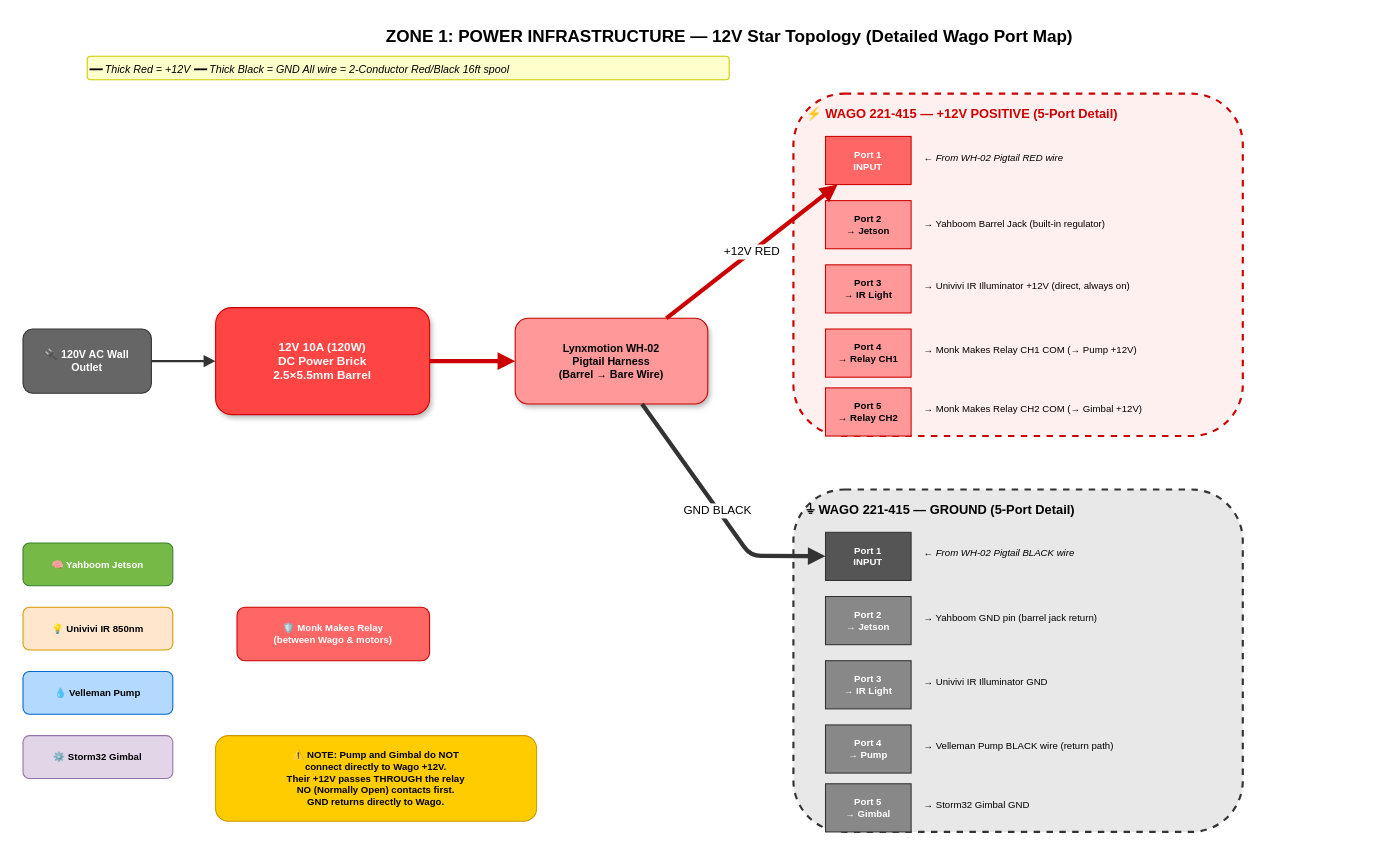
The draw.io diagram diagrams/zone1_power.drawio in main-salman/dropMosquitoes, before the edit. Source tidied: cells renumbered, new cells numbered last; positions are measured from the earlier drawing's top-left corner, leaving out a move shared by most shapes. Both pictures are drawn from the tidied source at 107%, with x=0, y=0 at pixel (22, 18).
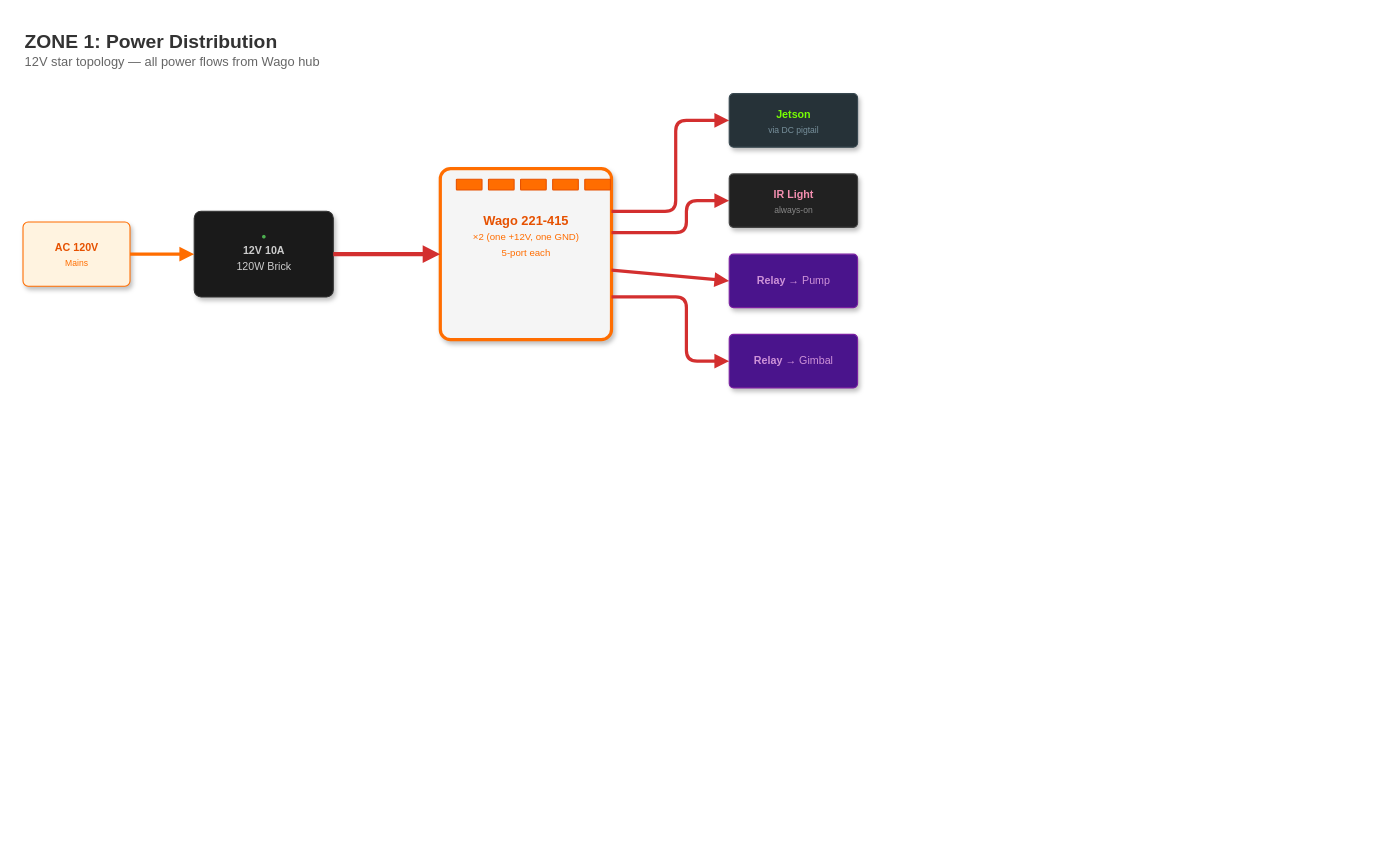
The same page after the edit.

Commit message (it also covers changes not shown here):
Realistic diagrams batch 3: wire_12, zone1/2/3, arch_11, assembly 1/2/3, gimbal_payload

The edit, as a diff of the source:
```diff
@@
-<mxGraphModel>
+<mxGraphModel background="#FFFFFF">
@@
-    <mxCell id="2" value="ZONE 1: POWER INFRASTRUCTURE — 12V Star Topology (Detailed Wago Port Map)" style="text;html=1;fontSize=16;fontStyle=1;align=center;" parent="1" vertex="1">
-      <mxGeometry x="60" width="1200" height="30" as="geometry" />
-    </mxCell>
-    <mxCell id="3" value="━━ Thick Red = +12V   ━━ Thick Black = GND   All wire = 2-Conductor Red/Black 16ft spool" style="text;html=1;fontSize=10;fontStyle=2;fillColor=#FFFFCC;strokeColor=#CC0;rounded=1;" parent="1" vertex="1">
-      <mxGeometry x="60" y="35" width="600" height="22" as="geometry" />
-    </mxCell>
+    <mxCell id="41" value="&lt;b style='font-size:18px'&gt;ZONE 1: Power Distribution&lt;/b&gt;&lt;br&gt;&lt;span style='color:#666'&gt;12V star topology — all power flows from Wago hub&lt;/span&gt;" style="text;html=1;fontColor=#333;align=left;" parent="1" vertex="1">
+      <mxGeometry y="5" width="500" height="45" as="geometry" />
+    </mxCell>
-    <mxCell id="4" value="🔌 120V AC Wall&#10;Outlet" style="rounded=1;fillColor=#666;strokeColor=#333;fontStyle=1;fontSize=10;fontColor=#FFF;" parent="1" vertex="1">
-      <mxGeometry y="290" width="120" height="60" as="geometry" />
+    <mxCell id="4" style="rounded=1;fillColor=#FFF3E0;strokeColor=#FF6D00;shadow=1;arcSize=8;" parent="1" vertex="1">
+      <mxGeometry y="190" width="100" height="60" as="geometry" />
     </mxCell>
+    <mxCell id="42" value="&lt;b style='font-size:10px;color:#E65100'&gt;AC 120V&lt;/b&gt;&lt;br&gt;&lt;span style='font-size:8px;color:#FF6D00'&gt;Mains&lt;/span&gt;" style="text;html=1;align=center;" parent="1" vertex="1">
+      <mxGeometry x="10" y="200" width="80" height="28" as="geometry" />
+    </mxCell>
-    <mxCell id="5" value="12V 10A (120W)&#10;DC Power Brick&#10;2.5×5.5mm Barrel" style="rounded=1;fillColor=#FF4444;strokeColor=#CC0000;fontStyle=1;fontSize=11;fontColor=#FFF;shadow=1;" parent="1" vertex="1">
-      <mxGeometry x="180" y="270" width="200" height="100" as="geometry" />
+    <mxCell id="5" style="rounded=1;fillColor=#1a1a1a;strokeColor=#333;shadow=1;arcSize=8;" parent="1" vertex="1">
+      <mxGeometry x="160" y="180" width="130" height="80" as="geometry" />
     </mxCell>
-    <mxCell id="6" style="strokeColor=#333;strokeWidth=2;endArrow=block;" parent="1" edge="1" source="4" target="5">
-      <mxGeometry relative="1" as="geometry" />
-    </mxCell>
-    <mxCell id="7" value="Lynxmotion WH-02&#10;Pigtail Harness&#10;(Barrel → Bare Wire)" style="rounded=1;fillColor=#FF9999;strokeColor=#CC0000;fontStyle=1;fontSize=10;shadow=1;" parent="1" vertex="1">
-      <mxGeometry x="460" y="280" width="180" height="80" as="geometry" />
-    </mxCell>
-    <mxCell id="8" style="strokeColor=#CC0000;strokeWidth=4;endArrow=block;" parent="1" edge="1" source="5" target="7">
-      <mxGeometry relative="1" as="geometry" />
-    </mxCell>
-    <mxCell id="9" style="rounded=1;fillColor=#FFF0F0;strokeColor=#CC0000;strokeWidth=2;dashed=1;" parent="1" vertex="1">
-      <mxGeometry x="720" y="70" width="420" height="320" as="geometry" />
-    </mxCell>
-    <mxCell id="10" value="⚡ WAGO 221-415 — +12V POSITIVE (5-Port Detail)" style="text;html=1;fontSize=12;fontStyle=1;fillColor=none;strokeColor=none;fontColor=#CC0000;" parent="1" vertex="1">
-      <mxGeometry x="730" y="75" width="400" height="20" as="geometry" />
-    </mxCell>
-    <mxCell id="11" value="Port 1&#10;INPUT" style="rounded=0;fillColor=#FF6666;strokeColor=#CC0000;fontStyle=1;fontSize=9;fontColor=#FFF;" parent="1" vertex="1">
-      <mxGeometry x="750" y="110" width="80" height="45" as="geometry" />
-    </mxCell>
-    <mxCell id="12" value="Port 2&#10;→ Jetson" style="rounded=0;fillColor=#FF9999;strokeColor=#CC0000;fontStyle=1;fontSize=9;" parent="1" vertex="1">
-      <mxGeometry x="750" y="170" width="80" height="45" as="geometry" />
-    </mxCell>
-    <mxCell id="13" value="Port 3&#10;→ IR Light" style="rounded=0;fillColor=#FF9999;strokeColor=#CC0000;fontStyle=1;fontSize=9;" parent="1" vertex="1">
-      <mxGeometry x="750" y="230" width="80" height="45" as="geometry" />
-    </mxCell>
-    <mxCell id="14" value="Port 4&#10;→ Relay CH1" style="rounded=0;fillColor=#FF9999;strokeColor=#CC0000;fontStyle=1;fontSize=9;" parent="1" vertex="1">
-      <mxGeometry x="750" y="290" width="80" height="45" as="geometry" />
-    </mxCell>
-    <mxCell id="15" value="Port 5&#10;→ Relay CH2" style="rounded=0;fillColor=#FF9999;strokeColor=#CC0000;fontStyle=1;fontSize=9;" parent="1" vertex="1">
-      <mxGeometry x="750" y="345" width="80" height="45" as="geometry" />
-    </mxCell>
-    <mxCell id="16" value="← From WH-02 Pigtail RED wire" style="text;html=1;fontSize=9;fontStyle=2;align=left;" parent="1" vertex="1">
-      <mxGeometry x="840" y="118" width="280" height="20" as="geometry" />
-    </mxCell>
-    <mxCell id="17" value="→ Yahboom Barrel Jack (built-in regulator)" style="text;html=1;fontSize=9;fontStyle=0;align=left;" parent="1" vertex="1">
-      <mxGeometry x="840" y="180" width="280" height="20" as="geometry" />
-    </mxCell>
-    <mxCell id="18" value="→ Univivi IR Illuminator +12V (direct, always on)" style="text;html=1;fontSize=9;fontStyle=0;align=left;" parent="1" vertex="1">
-      <mxGeometry x="840" y="238" width="280" height="20" as="geometry" />
-    </mxCell>
-    <mxCell id="19" value="→ Monk Makes Relay CH1 COM (→ Pump +12V)" style="text;html=1;fontSize=9;fontStyle=0;align=left;" parent="1" vertex="1">
-      <mxGeometry x="840" y="298" width="280" height="20" as="geometry" />
-    </mxCell>
-    <mxCell id="20" value="→ Monk Makes Relay CH2 COM (→ Gimbal +12V)" style="text;html=1;fontSize=9;fontStyle=0;align=left;" parent="1" vertex="1">
-      <mxGeometry x="840" y="353" width="280" height="20" as="geometry" />
-    </mxCell>
-    <mxCell id="21" value="+12V RED" style="strokeColor=#CC0000;strokeWidth=4;endArrow=block;" parent="1" edge="1" source="7" target="11">
-      <mxGeometry relative="1" as="geometry" />
-    </mxCell>
-    <mxCell id="22" style="rounded=1;fillColor=#E8E8E8;strokeColor=#333;strokeWidth=2;dashed=1;" parent="1" vertex="1">
-      <mxGeometry x="720" y="440" width="420" height="320" as="geometry" />
-    </mxCell>
-    <mxCell id="23" value="⏚ WAGO 221-415 — GROUND (5-Port Detail)" style="text;html=1;fontSize=12;fontStyle=1;fillColor=none;strokeColor=none;" parent="1" vertex="1">
-      <mxGeometry x="730" y="445" width="400" height="20" as="geometry" />
-    </mxCell>
-    <mxCell id="24" value="Port 1&#10;INPUT" style="rounded=0;fillColor=#555;strokeColor=#333;fontStyle=1;fontSize=9;fontColor=#FFF;" parent="1" vertex="1">
-      <mxGeometry x="750" y="480" width="80" height="45" as="geometry" />
-    </mxCell>
-    <mxCell id="25" value="Port 2&#10;→ Jetson" style="rounded=0;fillColor=#888;strokeColor=#333;fontStyle=1;fontSize=9;fontColor=#FFF;" parent="1" vertex="1">
-      <mxGeometry x="750" y="540" width="80" height="45" as="geometry" />
-    </mxCell>
-    <mxCell id="26" value="Port 3&#10;→ IR Light" style="rounded=0;fillColor=#888;strokeColor=#333;fontStyle=1;fontSize=9;fontColor=#FFF;" parent="1" vertex="1">
-      <mxGeometry x="750" y="600" width="80" height="45" as="geometry" />
-    </mxCell>
-    <mxCell id="27" value="Port 4&#10;→ Pump" style="rounded=0;fillColor=#888;strokeColor=#333;fontStyle=1;fontSize=9;fontColor=#FFF;" parent="1" vertex="1">
-      <mxGeometry x="750" y="660" width="80" height="45" as="geometry" />
-    </mxCell>
-    <mxCell id="28" value="Port 5&#10;→ Gimbal" style="rounded=0;fillColor=#888;strokeColor=#333;fontStyle=1;fontSize=9;fontColor=#FFF;" parent="1" vertex="1">
-      <mxGeometry x="750" y="715" width="80" height="45" as="geometry" />
-    </mxCell>
-    <mxCell id="29" value="← From WH-02 Pigtail BLACK wire" style="text;html=1;fontSize=9;fontStyle=2;align=left;" parent="1" vertex="1">
-      <mxGeometry x="840" y="488" width="280" height="20" as="geometry" />
-    </mxCell>
-    <mxCell id="30" value="→ Yahboom GND pin (barrel jack return)" style="text;html=1;fontSize=9;align=left;" parent="1" vertex="1">
-      <mxGeometry x="840" y="548" width="280" height="20" as="geometry" />
-    </mxCell>
-    <mxCell id="31" value="→ Univivi IR Illuminator GND" style="text;html=1;fontSize=9;align=left;" parent="1" vertex="1">
-      <mxGeometry x="840" y="608" width="280" height="20" as="geometry" />
-    </mxCell>
-    <mxCell id="32" value="→ Velleman Pump BLACK wire (return path)" style="text;html=1;fontSize=9;align=left;" parent="1" vertex="1">
-      <mxGeometry x="840" y="668" width="280" height="20" as="geometry" />
-    </mxCell>
-    <mxCell id="33" value="→ Storm32 Gimbal GND" style="text;html=1;fontSize=9;align=left;" parent="1" vertex="1">
-      <mxGeometry x="840" y="723" width="280" height="20" as="geometry" />
-    </mxCell>
-    <mxCell id="34" value="GND BLACK" style="strokeColor=#333;strokeWidth=4;endArrow=block;" parent="1" edge="1" source="7" target="24">
-      <mxGeometry relative="1" as="geometry">
-        <Array as="points">
-          <mxPoint x="680" y="502" />
-        </Array>
-      </mxGeometry>
-    </mxCell>
-    <mxCell id="35" value="🧠 Yahboom Jetson" style="rounded=1;fillColor=#76B947;strokeColor=#36802d;fontStyle=1;fontSize=9;fontColor=#FFF;" parent="1" vertex="1">
-      <mxGeometry y="490" width="140" height="40" as="geometry" />
-    </mxCell>
-    <mxCell id="36" value="💡 Univivi IR 850nm" style="rounded=1;fillColor=#FFE6CC;strokeColor=#d79b00;fontStyle=1;fontSize=9;" parent="1" vertex="1">
-      <mxGeometry y="550" width="140" height="40" as="geometry" />
-    </mxCell>
-    <mxCell id="37" value="💧 Velleman Pump" style="rounded=1;fillColor=#B3D9FF;strokeColor=#0066CC;fontStyle=1;fontSize=9;" parent="1" vertex="1">
-      <mxGeometry y="610" width="140" height="40" as="geometry" />
-    </mxCell>
-    <mxCell id="38" value="⚙️ Storm32 Gimbal" style="rounded=1;fillColor=#E1D5E7;strokeColor=#9673A6;fontStyle=1;fontSize=9;" parent="1" vertex="1">
-      <mxGeometry y="670" width="140" height="40" as="geometry" />
-    </mxCell>
-    <mxCell id="39" value="🛡️ Monk Makes Relay&#10;(between Wago &amp; motors)" style="rounded=1;fillColor=#FF6666;strokeColor=#CC0000;fontStyle=1;fontSize=9;fontColor=#FFF;" parent="1" vertex="1">
-      <mxGeometry x="200" y="550" width="180" height="50" as="geometry" />
-    </mxCell>
-    <mxCell id="40" value="⚠️ NOTE: Pump and Gimbal do NOT&#10;connect directly to Wago +12V.&#10;Their +12V passes THROUGH the relay&#10;NO (Normally Open) contacts first.&#10;GND returns directly to Wago." style="rounded=1;fillColor=#FFCC00;strokeColor=#CC9900;fontStyle=1;fontSize=9;" parent="1" vertex="1">
-      <mxGeometry x="180" y="670" width="300" height="80" as="geometry" />
-    </mxCell>
+    <mxCell id="43" value="&lt;span style='color:#4CAF50;font-size:8px'&gt;●&lt;/span&gt;&lt;br&gt;&lt;span style='color:#ccc;font-size:10px'&gt;&lt;b&gt;12V 10A&lt;/b&gt;&lt;br&gt;120W Brick&lt;/span&gt;" style="text;html=1;align=center;" parent="1" vertex="1">
+      <mxGeometry x="180" y="188" width="90" height="40" as="geometry" />
+    </mxCell>
+    <mxCell id="44" style="rounded=1;fillColor=#F5F5F5;strokeColor=#FF6D00;shadow=1;arcSize=6;strokeWidth=3;" parent="1" vertex="1">
+      <mxGeometry x="390" y="140" width="160" height="160" as="geometry" />
+    </mxCell>
+    <mxCell id="45" value="&lt;b style='font-size:12px;color:#E65100'&gt;Wago 221-415&lt;/b&gt;&lt;br&gt;&lt;span style='font-size:9px;color:#FF6D00'&gt;×2 (one +12V, one GND)&lt;br&gt;5-port each&lt;/span&gt;" style="text;html=1;align=center;" parent="1" vertex="1">
+      <mxGeometry x="405" y="175" width="130" height="40" as="geometry" />
+    </mxCell>
+    <mxCell id="46" style="rounded=1;fillColor=#FF6D00;strokeColor=#E65100;arcSize=6;" parent="1" vertex="1">
+      <mxGeometry x="405" y="150" width="24" height="10" as="geometry" />
+    </mxCell>
+    <mxCell id="47" style="rounded=1;fillColor=#FF6D00;strokeColor=#E65100;arcSize=6;" parent="1" vertex="1">
+      <mxGeometry x="435" y="150" width="24" height="10" as="geometry" />
+    </mxCell>
+    <mxCell id="48" style="rounded=1;fillColor=#FF6D00;strokeColor=#E65100;arcSize=6;" parent="1" vertex="1">
+      <mxGeometry x="465" y="150" width="24" height="10" as="geometry" />
+    </mxCell>
+    <mxCell id="49" style="rounded=1;fillColor=#FF6D00;strokeColor=#E65100;arcSize=6;" parent="1" vertex="1">
+      <mxGeometry x="495" y="150" width="24" height="10" as="geometry" />
+    </mxCell>
+    <mxCell id="50" style="rounded=1;fillColor=#FF6D00;strokeColor=#E65100;arcSize=6;" parent="1" vertex="1">
+      <mxGeometry x="525" y="150" width="24" height="10" as="geometry" />
+    </mxCell>
+    <mxCell id="51" style="rounded=1;fillColor=#263238;strokeColor=#37474F;shadow=1;arcSize=8;" parent="1" vertex="1">
+      <mxGeometry x="660" y="70" width="120" height="50" as="geometry" />
+    </mxCell>
+    <mxCell id="52" value="&lt;b style='color:#76FF03;font-size:10px'&gt;Jetson&lt;/b&gt;&lt;br&gt;&lt;span style='color:#78909C;font-size:8px'&gt;via DC pigtail&lt;/span&gt;" style="text;html=1;align=center;" parent="1" vertex="1">
+      <mxGeometry x="670" y="75" width="100" height="25" as="geometry" />
+    </mxCell>
+    <mxCell id="53" style="rounded=1;fillColor=#212121;strokeColor=#424242;shadow=1;arcSize=8;" parent="1" vertex="1">
+      <mxGeometry x="660" y="145" width="120" height="50" as="geometry" />
+    </mxCell>
+    <mxCell id="54" value="&lt;b style='color:#F48FB1;font-size:10px'&gt;IR Light&lt;/b&gt;&lt;br&gt;&lt;span style='color:#888;font-size:8px'&gt;always-on&lt;/span&gt;" style="text;html=1;align=center;" parent="1" vertex="1">
+      <mxGeometry x="670" y="150" width="100" height="25" as="geometry" />
+    </mxCell>
+    <mxCell id="55" style="rounded=1;fillColor=#4A148C;strokeColor=#7B1FA2;shadow=1;arcSize=8;" parent="1" vertex="1">
+      <mxGeometry x="660" y="220" width="120" height="50" as="geometry" />
+    </mxCell>
+    <mxCell id="56" value="&lt;span style='color:#CE93D8;font-size:10px'&gt;&lt;b&gt;Relay&lt;/b&gt; → Pump&lt;/span&gt;" style="text;html=1;align=center;" parent="1" vertex="1">
+      <mxGeometry x="670" y="230" width="100" height="16" as="geometry" />
+    </mxCell>
+    <mxCell id="57" style="rounded=1;fillColor=#4A148C;strokeColor=#7B1FA2;shadow=1;arcSize=8;" parent="1" vertex="1">
+      <mxGeometry x="660" y="295" width="120" height="50" as="geometry" />
+    </mxCell>
+    <mxCell id="58" value="&lt;span style='color:#CE93D8;font-size:10px'&gt;&lt;b&gt;Relay&lt;/b&gt; → Gimbal&lt;/span&gt;" style="text;html=1;align=center;" parent="1" vertex="1">
+      <mxGeometry x="670" y="305" width="100" height="16" as="geometry" />
+    </mxCell>
+    <mxCell id="59" style="endArrow=block;endFill=1;strokeColor=#FF6D00;strokeWidth=3;rounded=1;" parent="1" edge="1">
+      <mxGeometry relative="1" as="geometry">
+        <mxPoint x="100" y="220" as="sourcePoint" />
+        <mxPoint x="160" y="220" as="targetPoint" />
+      </mxGeometry>
+    </mxCell>
+    <mxCell id="60" style="endArrow=block;endFill=1;strokeColor=#D32F2F;strokeWidth=4;rounded=1;" parent="1" edge="1">
+      <mxGeometry relative="1" as="geometry">
+        <mxPoint x="290" y="220" as="sourcePoint" />
+        <mxPoint x="390" y="220" as="targetPoint" />
+      </mxGeometry>
+    </mxCell>
+    <mxCell id="61" style="endArrow=block;endFill=1;strokeColor=#D32F2F;strokeWidth=3;rounded=1;" parent="1" edge="1">
+      <mxGeometry relative="1" as="geometry">
+        <mxPoint x="550" y="180" as="sourcePoint" />
+        <mxPoint x="660" y="95" as="targetPoint" />
+        <Array as="points">
+          <mxPoint x="610" y="180" />
+          <mxPoint x="610" y="95" />
+        </Array>
+      </mxGeometry>
+    </mxCell>
+    <mxCell id="62" style="endArrow=block;endFill=1;strokeColor=#D32F2F;strokeWidth=3;rounded=1;" parent="1" edge="1">
+      <mxGeometry relative="1" as="geometry">
+        <mxPoint x="550" y="200" as="sourcePoint" />
+        <mxPoint x="660" y="170" as="targetPoint" />
+        <Array as="points">
+          <mxPoint x="620" y="200" />
+          <mxPoint x="620" y="170" />
+        </Array>
+      </mxGeometry>
+    </mxCell>
+    <mxCell id="63" style="endArrow=block;endFill=1;strokeColor=#D32F2F;strokeWidth=3;rounded=1;" parent="1" edge="1">
+      <mxGeometry relative="1" as="geometry">
+        <mxPoint x="550" y="235" as="sourcePoint" />
+        <mxPoint x="660" y="245" as="targetPoint" />
+      </mxGeometry>
+    </mxCell>
+    <mxCell id="64" style="endArrow=block;endFill=1;strokeColor=#D32F2F;strokeWidth=3;rounded=1;" parent="1" edge="1">
+      <mxGeometry relative="1" as="geometry">
+        <mxPoint x="550" y="260" as="sourcePoint" />
+        <mxPoint x="660" y="320" as="targetPoint" />
+        <Array as="points">
+          <mxPoint x="620" y="260" />
+          <mxPoint x="620" y="320" />
+        </Array>
+      </mxGeometry>
+    </mxCell>
```
